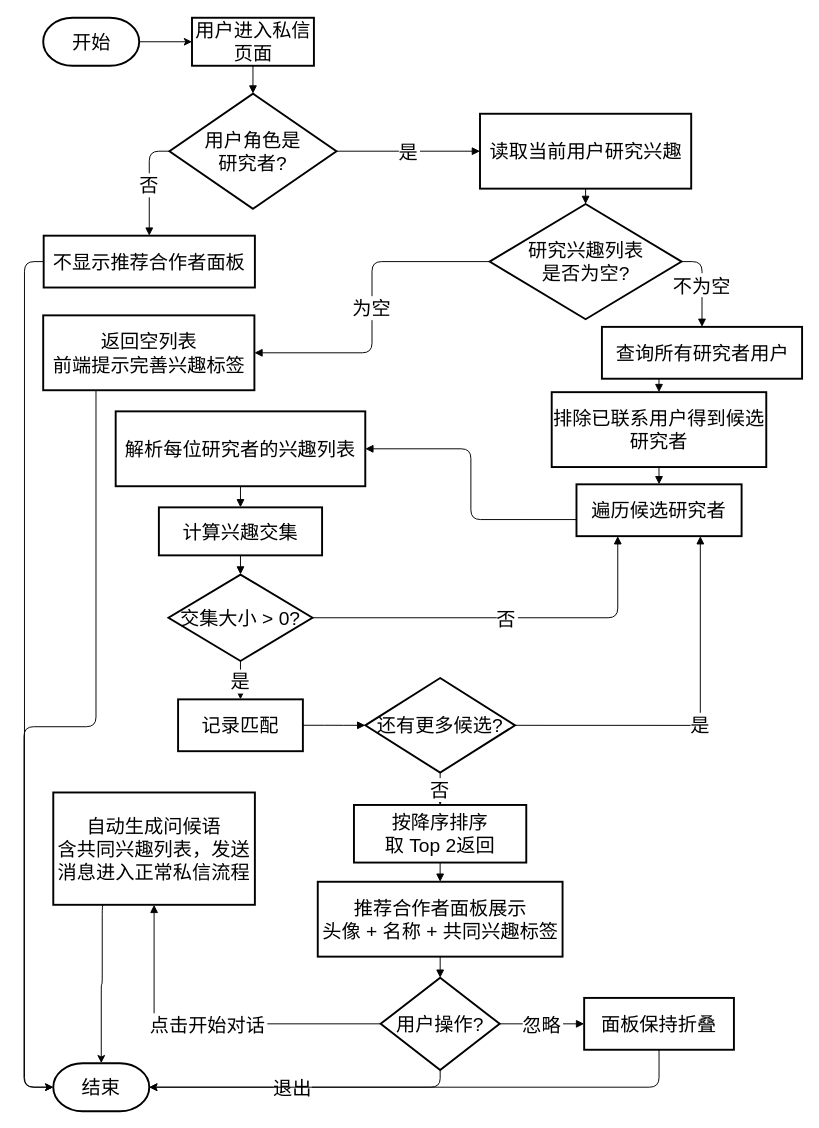
The draw.io diagram docs/draw/15-collaborator-matching-BPD.drawio in this1is1i/ACSR, before the edit. Source tidied: cells renumbered, new cells numbered last; positions are measured from the earlier drawing's top-left corner, leaving out a move shared by most shapes. Both pictures are drawn from the tidied source at 96%, with x=0, y=0 at pixel (42, 17).
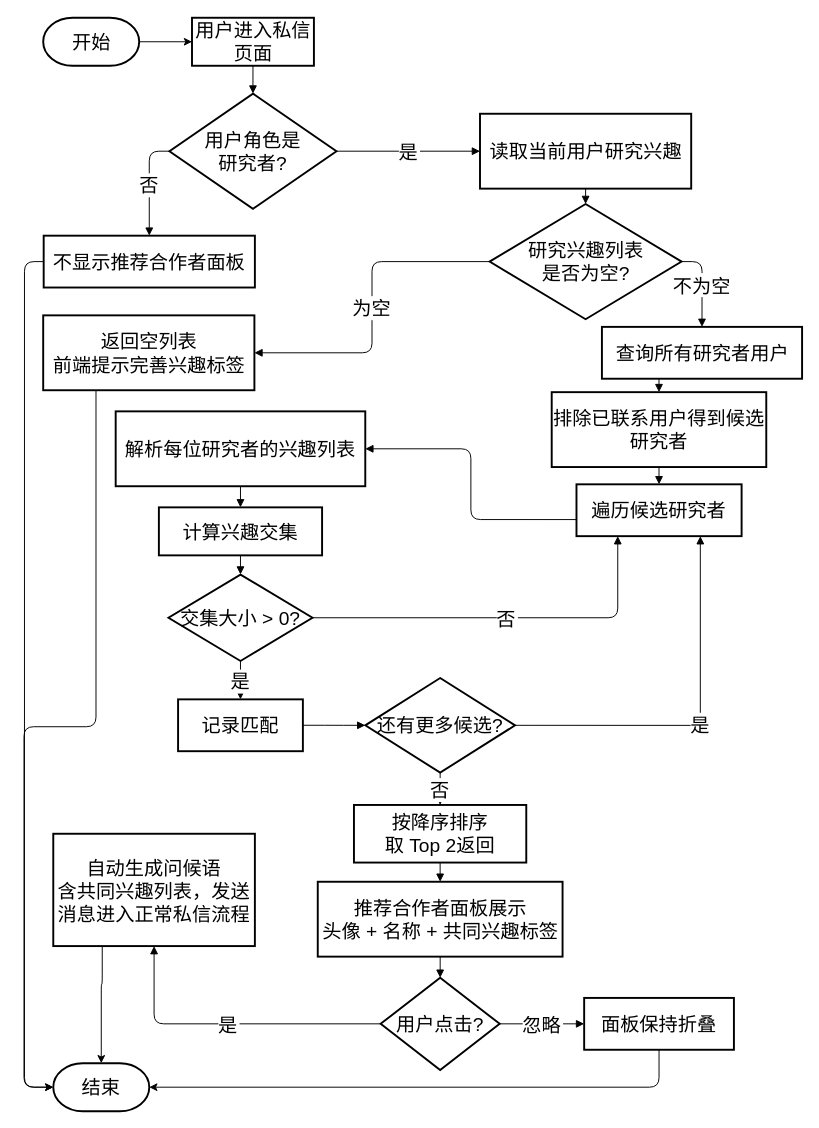
The same page after the edit.

Unchanged cells that the change refers to:
```xml
<mxCell id="46" value="结束" style="strokeWidth=2;html=1;shape=mxgraph.flowchart.terminator;whiteSpace=wrap;fontSize=20;" parent="1" vertex="1">
  <mxGeometry x="11" y="1089" width="100" height="50" as="geometry" />
</mxCell>
```

What changed in the source:
```diff
@@
-    <mxCell id="18" style="edgeStyle=orthogonalEdgeStyle;rounded=1;jettySize=auto;html=1;exitX=0.5;exitY=1;exitDx=0;exitDy=0;curved=0;" parent="1" edge="1" source="20" target="46">
-      <mxGeometry relative="1" as="geometry">
-        <Array as="points">
-          <mxPoint x="414" y="1114" />
-        </Array>
-      </mxGeometry>
-    </mxCell>
-    <mxCell id="19" value="退出" style="edgeLabel;html=1;align=center;verticalAlign=middle;fontSize=20;" parent="18" vertex="1">
-      <mxGeometry x="0.08" relative="1" as="geometry" />
-    </mxCell>
-    <mxCell id="20" value="用户操作?" style="rhombus;strokeWidth=2;whiteSpace=wrap;fontSize=20;" parent="1" vertex="1">
+    <mxCell id="20" value="用户点击?" style="rhombus;strokeWidth=2;whiteSpace=wrap;fontSize=20;" parent="1" vertex="1">
       <mxGeometry x="352" y="1000" width="124" height="96" as="geometry" />
     </mxCell>
@@
     <mxCell id="22" value="自动生成问候语&#10;含共同兴趣列表，发送消息进入正常私信流程" style="whiteSpace=wrap;strokeWidth=2;fontSize=20;" parent="1" vertex="1">
-      <mxGeometry x="11" y="807" width="210" height="117" as="geometry" />
+      <mxGeometry x="11" y="850" width="210" height="117" as="geometry" />
     </mxCell>
@@
-    <mxCell id="42" value="点击开始对话" style="startArrow=none;endArrow=block;exitX=0;exitY=0.5;entryX=0.5;entryY=1;rounded=1;fontSize=20;edgeStyle=orthogonalEdgeStyle;curved=0;exitDx=0;exitDy=0;entryDx=0;entryDy=0;" parent="1" edge="1" source="20" target="22">
+    <mxCell id="42" value="是" style="startArrow=none;endArrow=block;exitX=0;exitY=0.5;entryX=0.5;entryY=1;rounded=1;fontSize=20;edgeStyle=orthogonalEdgeStyle;curved=0;exitDx=0;exitDy=0;entryDx=0;entryDy=0;" parent="1" edge="1" source="20" target="22">
       <mxGeometry relative="1" as="geometry" />
     </mxCell>
```
